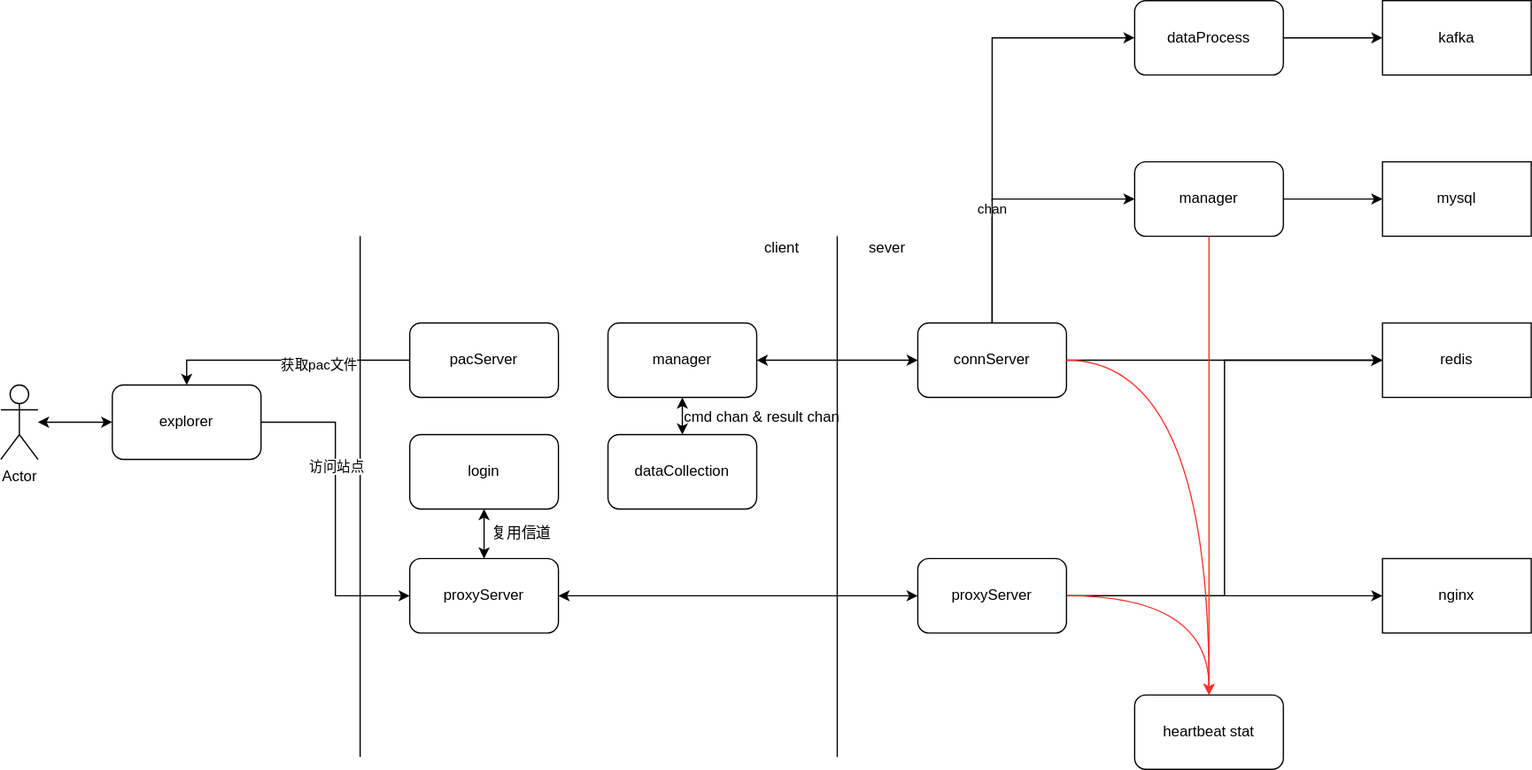
Above: tc_逻辑架构.svg in c17abab/diag_pics (draw.io), before the change. Source tidied: cells renumbered, new cells last; positions are measured from the earlier drawing's top-left corner, leaving out a move shared by most shapes.
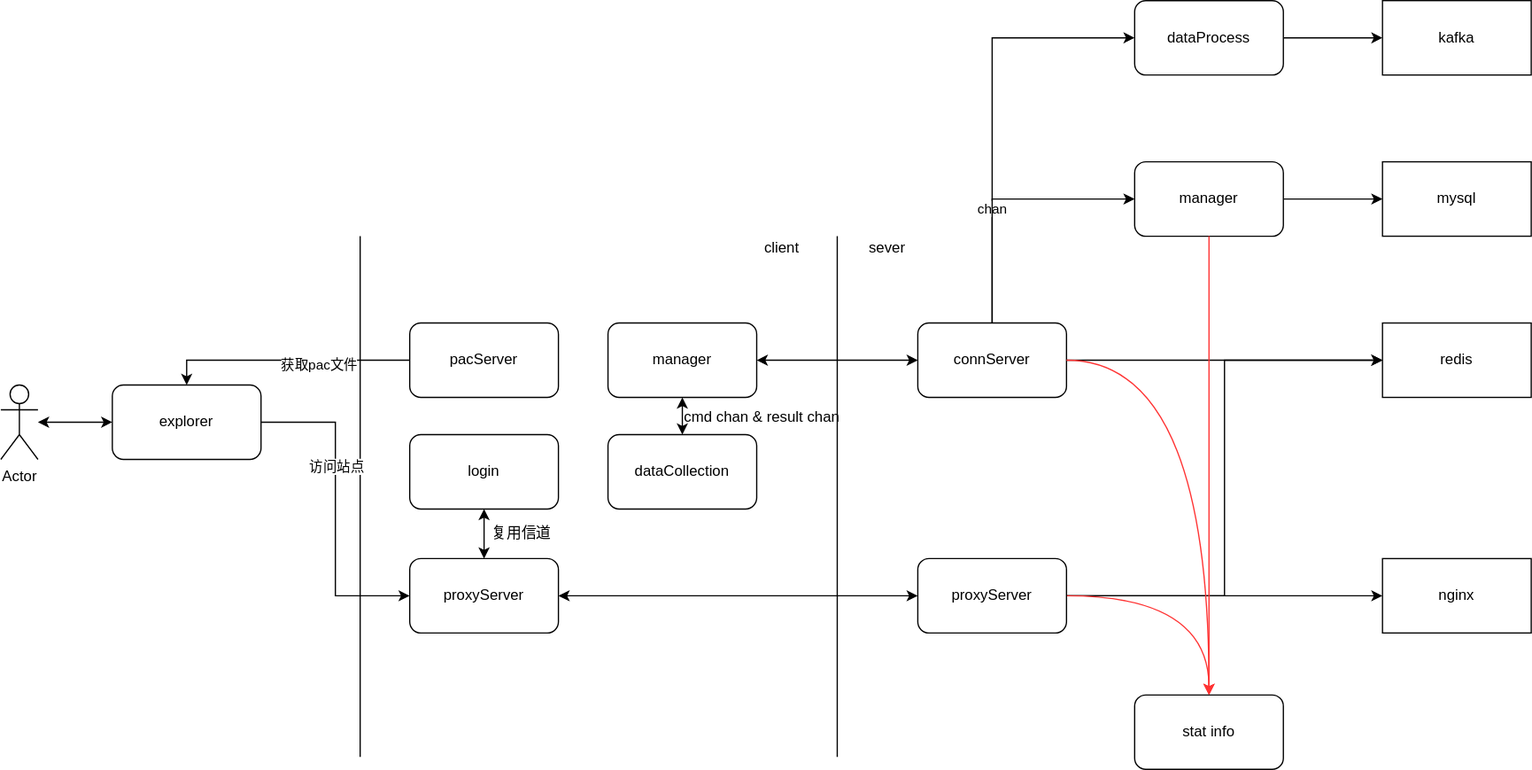
Above is the later version.

Commit message:
更新tc_逻辑架构.svg

Diff of the diagram source:
```diff
@@ -125,7 +125,7 @@
     <mxCell id="40" value="cmd chan &amp;amp; result chan" style="text;html=1;align=center;verticalAlign=middle;fillColor=none;strokeColor=none;rounded=0;" parent="1" vertex="1">
       <mxGeometry x="544" y="326" width="140" height="20" as="geometry" />
     </mxCell>
-    <mxCell id="41" value="heartbeat stat" style="rounded=1;whiteSpace=wrap;html=1;" parent="1" vertex="1">
+    <mxCell id="41" value="stat info" style="rounded=1;whiteSpace=wrap;html=1;" parent="1" vertex="1">
       <mxGeometry x="915" y="560" width="120" height="60" as="geometry" />
     </mxCell>
     <mxCell id="42" style="edgeStyle=orthogonalEdgeStyle;rounded=0;jettySize=auto;html=1;exitX=1;exitY=0.5;exitDx=0;exitDy=0;entryX=0.5;entryY=0;entryDx=0;entryDy=0;curved=1;strokeColor=#FF3333;" parent="1" edge="1" source="6" target="41">
```
